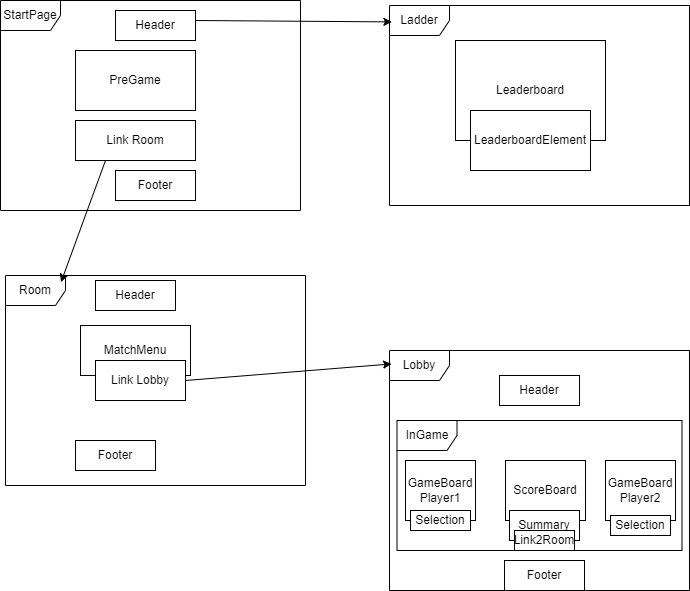
This is Softwarearchitektur/FrontEndApplication.png from cyberlytics/Scradles, a draw.io export, as it was before one commit. Source tidied: cells renumbered, new cells last; positions are measured from the earlier drawing's top-left corner, leaving out a move shared by most shapes. Its diagram source:
```xml
<mxGraphModel>
  <root>
    <mxCell id="0" />
    <mxCell id="1" parent="0" />
    <mxCell id="2" value="Header" style="rounded=0;whiteSpace=wrap;html=1;" parent="1" vertex="1">
      <mxGeometry x="115" y="10" width="80" height="30" as="geometry" />
    </mxCell>
    <mxCell id="3" value="Footer" style="rounded=0;whiteSpace=wrap;html=1;" parent="1" vertex="1">
      <mxGeometry x="115" y="170" width="80" height="30" as="geometry" />
    </mxCell>
    <mxCell id="4" value="GameBoard&lt;br&gt;Player2" style="rounded=0;whiteSpace=wrap;html=1;" parent="1" vertex="1">
      <mxGeometry x="605" y="460" width="70" height="60" as="geometry" />
    </mxCell>
    <mxCell id="5" value="Leaderboard" style="rounded=0;whiteSpace=wrap;html=1;" parent="1" vertex="1">
      <mxGeometry x="455" y="40" width="150" height="100" as="geometry" />
    </mxCell>
    <mxCell id="6" value="LeaderboardElement" style="rounded=0;whiteSpace=wrap;html=1;" parent="1" vertex="1">
      <mxGeometry x="470" y="110" width="120" height="60" as="geometry" />
    </mxCell>
    <mxCell id="7" value="MatchMenu" style="rounded=0;whiteSpace=wrap;html=1;" parent="1" vertex="1">
      <mxGeometry x="80" y="325" width="110" height="50" as="geometry" />
    </mxCell>
    <mxCell id="8" value="PreGame" style="rounded=0;whiteSpace=wrap;html=1;" parent="1" vertex="1">
      <mxGeometry x="75" y="50" width="120" height="60" as="geometry" />
    </mxCell>
    <mxCell id="9" value="ScoreBoard" style="rounded=0;whiteSpace=wrap;html=1;" parent="1" vertex="1">
      <mxGeometry x="505" y="460" width="80" height="60" as="geometry" />
    </mxCell>
    <mxCell id="10" value="Summary" style="rounded=0;whiteSpace=wrap;html=1;" parent="1" vertex="1">
      <mxGeometry x="509" y="510" width="70" height="30" as="geometry" />
    </mxCell>
    <mxCell id="11" value="StartPage" style="shape=umlFrame;whiteSpace=wrap;html=1;" parent="1" vertex="1">
      <mxGeometry width="300" height="210" as="geometry" />
    </mxCell>
    <mxCell id="12" value="Ladder" style="shape=umlFrame;whiteSpace=wrap;html=1;" parent="1" vertex="1">
      <mxGeometry x="389" y="5" width="300" height="200" as="geometry" />
    </mxCell>
    <mxCell id="13" value="Lobby" style="shape=umlFrame;whiteSpace=wrap;html=1;" parent="1" vertex="1">
      <mxGeometry x="389" y="350" width="300" height="240" as="geometry" />
    </mxCell>
    <mxCell id="14" value="Link Room" style="rounded=0;whiteSpace=wrap;html=1;" parent="1" vertex="1">
      <mxGeometry x="75" y="120" width="120" height="40" as="geometry" />
    </mxCell>
    <mxCell id="15" value="Link Lobby" style="rounded=0;whiteSpace=wrap;html=1;" parent="1" vertex="1">
      <mxGeometry x="95" y="360" width="90" height="40" as="geometry" />
    </mxCell>
    <mxCell id="16" value="Header" style="rounded=0;whiteSpace=wrap;html=1;" parent="1" vertex="1">
      <mxGeometry x="95" y="280" width="80" height="30" as="geometry" />
    </mxCell>
    <mxCell id="17" value="Header" style="rounded=0;whiteSpace=wrap;html=1;" parent="1" vertex="1">
      <mxGeometry x="499" y="375" width="80" height="30" as="geometry" />
    </mxCell>
    <mxCell id="18" value="Footer" style="rounded=0;whiteSpace=wrap;html=1;" parent="1" vertex="1">
      <mxGeometry x="75" y="440" width="80" height="30" as="geometry" />
    </mxCell>
    <mxCell id="19" value="Footer" style="rounded=0;whiteSpace=wrap;html=1;" parent="1" vertex="1">
      <mxGeometry x="504" y="560" width="80" height="30" as="geometry" />
    </mxCell>
    <mxCell id="20" value="GameBoard&lt;br&gt;Player1" style="rounded=0;whiteSpace=wrap;html=1;" parent="1" vertex="1">
      <mxGeometry x="405" y="460" width="70" height="60" as="geometry" />
    </mxCell>
    <mxCell id="21" value="Link2Room" style="rounded=0;whiteSpace=wrap;html=1;" parent="1" vertex="1">
      <mxGeometry x="514" y="530" width="60" height="20" as="geometry" />
    </mxCell>
    <mxCell id="22" value="Selection" style="rounded=0;whiteSpace=wrap;html=1;" parent="1" vertex="1">
      <mxGeometry x="410" y="510" width="60" height="20" as="geometry" />
    </mxCell>
    <mxCell id="23" value="Selection" style="rounded=0;whiteSpace=wrap;html=1;" parent="1" vertex="1">
      <mxGeometry x="610" y="515" width="60" height="20" as="geometry" />
    </mxCell>
    <mxCell id="24" value="Room" style="shape=umlFrame;whiteSpace=wrap;html=1;" parent="1" vertex="1">
      <mxGeometry x="5" y="275" width="300" height="210" as="geometry" />
    </mxCell>
    <mxCell id="25" value="InGame" style="shape=umlFrame;whiteSpace=wrap;html=1;" parent="1" vertex="1">
      <mxGeometry x="396.5" y="420" width="285" height="130" as="geometry" />
    </mxCell>
    <mxCell id="26" style="endArrow=classic;html=1;rounded=0;exitX=0.25;exitY=1;exitDx=0;exitDy=0;entryX=0.185;entryY=0.032;entryDx=0;entryDy=0;entryPerimeter=0;" parent="1" edge="1" source="14" target="24">
      <mxGeometry relative="1" as="geometry" />
    </mxCell>
    <mxCell id="27" style="endArrow=classic;html=1;rounded=0;entryX=0.008;entryY=0.082;entryDx=0;entryDy=0;entryPerimeter=0;" parent="1" edge="1" target="12">
      <mxGeometry relative="1" as="geometry">
        <mxPoint x="195" y="20" as="sourcePoint" />
      </mxGeometry>
    </mxCell>
    <mxCell id="28" style="endArrow=classic;html=1;rounded=0;exitX=1;exitY=0.5;exitDx=0;exitDy=0;entryX=0.007;entryY=0.056;entryDx=0;entryDy=0;entryPerimeter=0;" parent="1" edge="1" source="15" target="13">
      <mxGeometry relative="1" as="geometry" />
    </mxCell>
  </root>
</mxGraphModel>
```
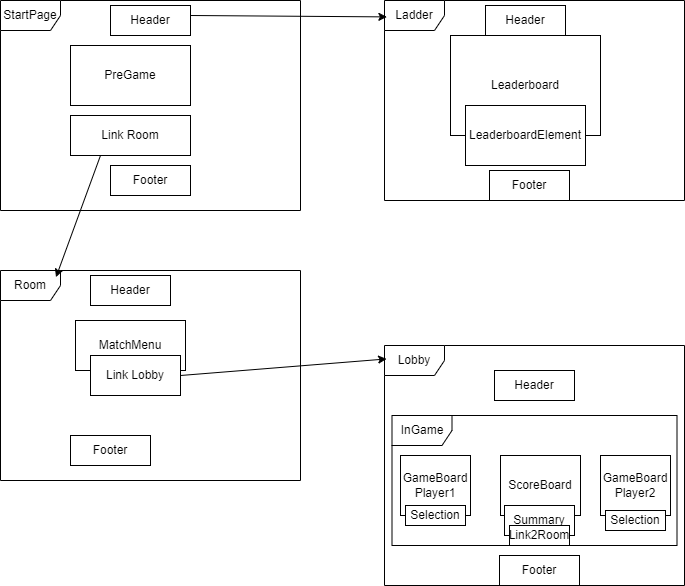
After the change.

Commit message:
Softwarearchitektur überarbeitet

The edit, as a diff of the source:
```diff
@@ -30,7 +30,7 @@
       <mxGeometry x="509" y="510" width="70" height="30" as="geometry" />
     </mxCell>
     <mxCell id="11" value="StartPage" style="shape=umlFrame;whiteSpace=wrap;html=1;" parent="1" vertex="1">
-      <mxGeometry width="300" height="210" as="geometry" />
+      <mxGeometry x="5" y="5" width="300" height="210" as="geometry" />
     </mxCell>
     <mxCell id="12" value="Ladder" style="shape=umlFrame;whiteSpace=wrap;html=1;" parent="1" vertex="1">
       <mxGeometry x="389" y="5" width="300" height="200" as="geometry" />
@@ -85,5 +85,11 @@
     <mxCell id="28" style="endArrow=classic;html=1;rounded=0;exitX=1;exitY=0.5;exitDx=0;exitDy=0;entryX=0.007;entryY=0.056;entryDx=0;entryDy=0;entryPerimeter=0;" parent="1" edge="1" source="15" target="13">
       <mxGeometry relative="1" as="geometry" />
     </mxCell>
+    <mxCell id="29" value="Header" style="rounded=0;whiteSpace=wrap;html=1;" parent="1" vertex="1">
+      <mxGeometry x="490" y="10" width="80" height="30" as="geometry" />
+    </mxCell>
+    <mxCell id="30" value="Footer" style="rounded=0;whiteSpace=wrap;html=1;" parent="1" vertex="1">
+      <mxGeometry x="494" y="175" width="80" height="30" as="geometry" />
+    </mxCell>
   </root>
 </mxGraphModel>
```
